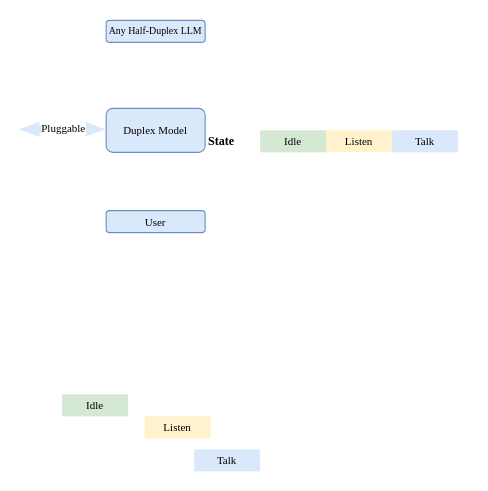
The draw.io diagram 图1.drawio in MrYKY/LeetCode_Rec, before the edit. Source tidied: cells renumbered, new cells numbered last; positions are measured from the earlier drawing's top-left corner, leaving out a move shared by most shapes. Both pictures are drawn from the tidied source at 110%, with x=0, y=0 at pixel (18, 20).
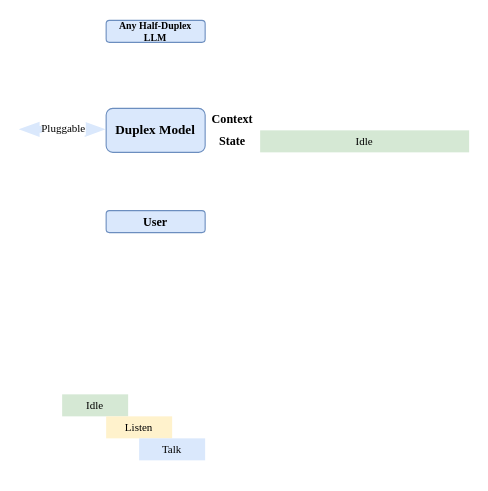
The same diagram, later.

Diff of the diagram source:
```diff
@@
 <mxGraphModel>
   <root>
     <mxCell id="0" />
     <mxCell id="1" parent="0" />
     <mxCell id="2" style="shape=flexArrow;endArrow=classic;startArrow=classic;html=1;rounded=0;fillColor=#dae8fc;strokeColor=none;align=center;arcSize=16;width=6;startWidth=7;endWidth=7;" parent="1" edge="1">
       <mxGeometry relative="1" as="geometry">
         <mxPoint y="99.1" as="sourcePoint" />
         <mxPoint x="80" y="99.1" as="targetPoint" />
       </mxGeometry>
     </mxCell>
     <mxCell id="3" value="Pluggable" style="edgeLabel;html=1;align=center;verticalAlign=middle;fontSize=10;fontFamily=Times New Roman;spacing=0;" parent="2" vertex="1">
       <mxGeometry relative="1" as="geometry">
         <mxPoint y="-2" as="offset" />
       </mxGeometry>
     </mxCell>
-    <mxCell id="4" value="&lt;font face=&quot;Times New Roman&quot;&gt;Any Half-Duplex LLM&lt;/font&gt;" style="rounded=1;whiteSpace=wrap;html=1;fontSize=9;fillColor=#dae8fc;strokeColor=#6c8ebf;" parent="1" vertex="1">
+    <mxCell id="4" value="&lt;font face=&quot;Times New Roman&quot;&gt;Any Half-Duplex LLM&lt;/font&gt;" style="rounded=1;whiteSpace=wrap;html=1;fontSize=9;fillColor=#dae8fc;strokeColor=#6c8ebf;fontStyle=1;" parent="1" vertex="1">
       <mxGeometry x="80" width="90" height="20" as="geometry" />
     </mxCell>
-    <mxCell id="5" value="&lt;font face=&quot;Times New Roman&quot;&gt;Duplex Model&lt;/font&gt;" style="rounded=1;whiteSpace=wrap;html=1;fontSize=10;fillColor=#dae8fc;strokeColor=#6c8ebf;glass=0;shadow=0;comic=0;enumerate=0;" parent="1" vertex="1">
+    <mxCell id="5" value="&lt;font face=&quot;Times New Roman&quot;&gt;Duplex Model&lt;/font&gt;" style="rounded=1;whiteSpace=wrap;html=1;fontSize=12;fillColor=#dae8fc;strokeColor=#6c8ebf;glass=0;shadow=0;comic=0;enumerate=0;fontStyle=1;" parent="1" vertex="1">
       <mxGeometry x="80" y="80" width="90" height="40" as="geometry" />
     </mxCell>
-    <mxCell id="6" value="&lt;font face=&quot;Times New Roman&quot;&gt;User&lt;/font&gt;" style="rounded=1;whiteSpace=wrap;html=1;fontSize=10;fillColor=#dae8fc;strokeColor=#6c8ebf;" parent="1" vertex="1">
+    <mxCell id="6" value="&lt;font face=&quot;Times New Roman&quot;&gt;User&lt;/font&gt;" style="rounded=1;whiteSpace=wrap;html=1;fontSize=11;fillColor=#dae8fc;strokeColor=#6c8ebf;fontStyle=1;" parent="1" vertex="1">
       <mxGeometry x="80" y="173" width="90" height="20" as="geometry" />
     </mxCell>
     <mxCell id="7" value="Idle" style="rounded=0;whiteSpace=wrap;html=1;strokeColor=none;fillColor=#d5e8d4;fontSize=10;fontFamily=Times New Roman;" parent="1" vertex="1">
-      <mxGeometry x="220" y="100" width="60" height="20" as="geometry" />
+      <mxGeometry x="220" y="100" width="190" height="20" as="geometry" />
     </mxCell>
     <mxCell id="8" value="State" style="text;html=1;align=center;verticalAlign=middle;whiteSpace=wrap;rounded=0;fontSize=11;fontFamily=Times New Roman;fontStyle=1;" parent="1" vertex="1">
-      <mxGeometry x="170" y="100" width="30" height="20" as="geometry" />
+      <mxGeometry x="180" y="100" width="30" height="20" as="geometry" />
     </mxCell>
-    <mxCell id="9" value="Listen" style="rounded=0;whiteSpace=wrap;html=1;strokeColor=none;fillColor=#fff2cc;fontSize=10;fontFamily=Times New Roman;" parent="1" vertex="1">
-      <mxGeometry x="280" y="100" width="60" height="20" as="geometry" />
-    </mxCell>
-    <mxCell id="10" value="Talk" style="rounded=0;whiteSpace=wrap;html=1;strokeColor=none;fillColor=#dae8fc;fontSize=10;fontFamily=Times New Roman;" parent="1" vertex="1">
-      <mxGeometry x="340" y="100" width="60" height="20" as="geometry" />
-    </mxCell>
     <mxCell id="11" value="Idle" style="rounded=0;whiteSpace=wrap;html=1;strokeColor=none;fillColor=#d5e8d4;fontSize=10;fontFamily=Times New Roman;" parent="1" vertex="1">
       <mxGeometry x="40" y="340" width="60" height="20" as="geometry" />
     </mxCell>
     <mxCell id="12" value="Listen" style="rounded=0;whiteSpace=wrap;html=1;strokeColor=none;fillColor=#fff2cc;fontSize=10;fontFamily=Times New Roman;" parent="1" vertex="1">
-      <mxGeometry x="115" y="360" width="60" height="20" as="geometry" />
+      <mxGeometry x="80" y="360" width="60" height="20" as="geometry" />
     </mxCell>
     <mxCell id="13" value="Talk" style="rounded=0;whiteSpace=wrap;html=1;strokeColor=none;fillColor=#dae8fc;fontSize=10;fontFamily=Times New Roman;" parent="1" vertex="1">
-      <mxGeometry x="160" y="390" width="60" height="20" as="geometry" />
+      <mxGeometry x="110" y="380" width="60" height="20" as="geometry" />
     </mxCell>
+    <mxCell id="14" value="Context" style="text;html=1;align=center;verticalAlign=middle;whiteSpace=wrap;rounded=0;fontSize=11;fontFamily=Times New Roman;fontStyle=1;" parent="1" vertex="1">
+      <mxGeometry x="170" y="80" width="50" height="20" as="geometry" />
+    </mxCell>
   </root>
 </mxGraphModel>
```
